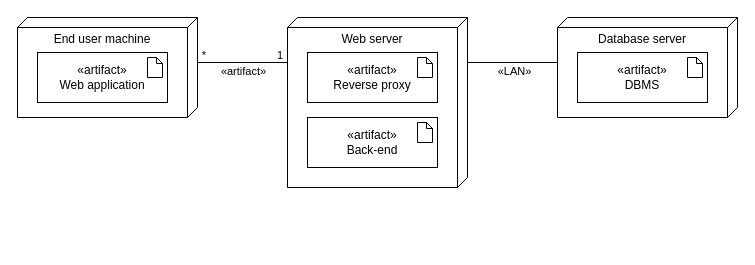
Before: src/assets/deployment.drawio in dnhansen/livinglab-docs, a draw.io diagram. Source tidied: cells renumbered, new cells numbered last; positions are measured from the earlier drawing's top-left corner, leaving out a move shared by most shapes. Both pictures are drawn from the tidied source at 100%, with x=0, y=0 at pixel (17, 17).
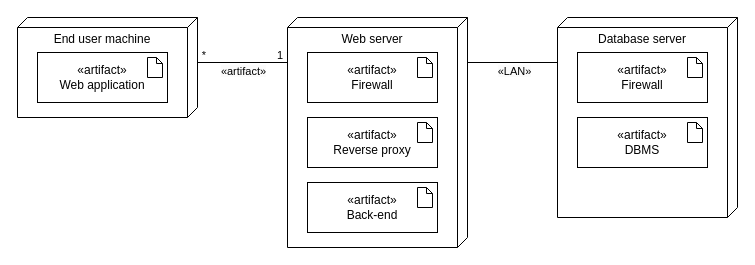
The same page after the edit.

What changed in the source:
```diff
@@
     <mxCell id="3" value="Web server" style="verticalAlign=top;align=center;spacingTop=8;spacingLeft=2;spacingRight=12;shape=cube;size=10;direction=south;fontStyle=0;html=1;whiteSpace=wrap;" parent="1" vertex="1">
-      <mxGeometry x="270" width="180" height="170" as="geometry" />
+      <mxGeometry x="270" width="180" height="230" as="geometry" />
     </mxCell>
     <mxCell id="4" value="Database server" style="verticalAlign=top;align=center;spacingTop=8;spacingLeft=2;spacingRight=12;shape=cube;size=10;direction=south;fontStyle=0;html=1;whiteSpace=wrap;" parent="1" vertex="1">
-      <mxGeometry x="540" width="180" height="100" as="geometry" />
+      <mxGeometry x="540" width="180" height="200" as="geometry" />
     </mxCell>
@@
     <mxCell id="7" value="«artifact»&lt;br&gt;Reverse proxy" style="html=1;whiteSpace=wrap;" parent="1" vertex="1">
-      <mxGeometry x="290" y="35" width="130" height="50" as="geometry" />
+      <mxGeometry x="290" y="100" width="130" height="50" as="geometry" />
     </mxCell>
     <mxCell id="8" style="shape=note2;boundedLbl=1;whiteSpace=wrap;html=1;size=6;verticalAlign=top;align=center;" parent="1" vertex="1">
-      <mxGeometry x="400" y="40" width="15" height="20" as="geometry" />
+      <mxGeometry x="400" y="105" width="15" height="20" as="geometry" />
     </mxCell>
     <mxCell id="9" value="«artifact»&lt;br&gt;Back-end" style="html=1;whiteSpace=wrap;" parent="1" vertex="1">
-      <mxGeometry x="290" y="100" width="130" height="50" as="geometry" />
+      <mxGeometry x="290" y="165" width="130" height="50" as="geometry" />
     </mxCell>
     <mxCell id="10" style="shape=note2;boundedLbl=1;whiteSpace=wrap;html=1;size=6;verticalAlign=top;align=center;" parent="1" vertex="1">
-      <mxGeometry x="400" y="105" width="15" height="20" as="geometry" />
+      <mxGeometry x="400" y="170" width="15" height="20" as="geometry" />
     </mxCell>
-    <mxCell id="11" value="«artifact»&lt;br&gt;DBMS" style="html=1;whiteSpace=wrap;" parent="1" vertex="1">
+    <mxCell id="11" value="«artifact»&lt;br&gt;Firewall" style="html=1;whiteSpace=wrap;" parent="1" vertex="1">
       <mxGeometry x="560" y="35" width="130" height="50" as="geometry" />
     </mxCell>
@@
+    <mxCell id="19" value="«artifact»&lt;br&gt;Firewall" style="html=1;whiteSpace=wrap;" parent="1" vertex="1">
+      <mxGeometry x="290" y="35" width="130" height="50" as="geometry" />
+    </mxCell>
+    <mxCell id="20" style="shape=note2;boundedLbl=1;whiteSpace=wrap;html=1;size=6;verticalAlign=top;align=center;" parent="1" vertex="1">
+      <mxGeometry x="400" y="40" width="15" height="20" as="geometry" />
+    </mxCell>
+    <mxCell id="21" value="«artifact»&lt;br&gt;DBMS" style="html=1;whiteSpace=wrap;" parent="1" vertex="1">
+      <mxGeometry x="560" y="100" width="130" height="50" as="geometry" />
+    </mxCell>
+    <mxCell id="22" style="shape=note2;boundedLbl=1;whiteSpace=wrap;html=1;size=6;verticalAlign=top;align=center;" parent="1" vertex="1">
+      <mxGeometry x="670" y="105" width="15" height="20" as="geometry" />
+    </mxCell>
```
